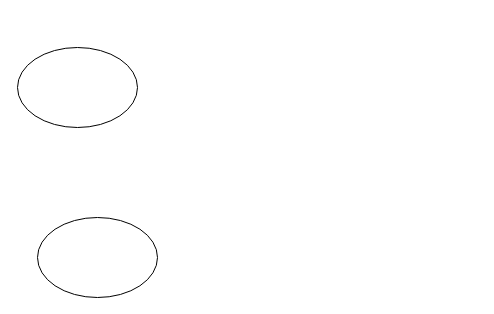
Above: CalPostion.drawio in JokerYangJunjie/Hello-World (draw.io), before the change. Source tidied: cells renumbered, new cells numbered last; positions are measured from the earlier drawing's top-left corner, leaving out a move shared by most shapes. Both pictures are drawn from the tidied source at 100%, with x=0, y=0 at pixel (17, 47).
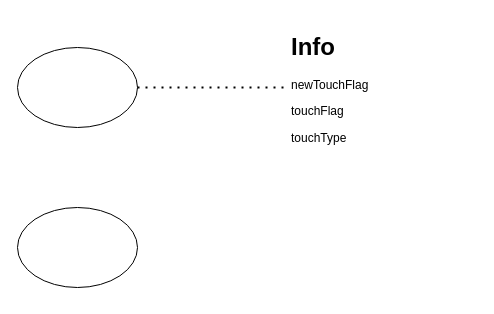
The same diagram, later.

What changed in the source:
```diff
@@
 <mxGraphModel>
   <root>
     <mxCell id="0" />
     <mxCell id="1" parent="0" />
     <mxCell id="2" style="ellipse;whiteSpace=wrap;html=1;" parent="1" vertex="1">
       <mxGeometry width="120" height="80" as="geometry" />
     </mxCell>
     <mxCell id="3" style="ellipse;whiteSpace=wrap;html=1;" parent="1" vertex="1">
-      <mxGeometry x="20" y="170" width="120" height="80" as="geometry" />
+      <mxGeometry y="160" width="120" height="80" as="geometry" />
     </mxCell>
+    <mxCell id="4" value="&lt;h1&gt;Info&lt;/h1&gt;&lt;p&gt;newTouchFlag&lt;/p&gt;&lt;p&gt;touchFlag&lt;/p&gt;&lt;p&gt;touchType&lt;/p&gt;" style="text;html=1;strokeColor=none;fillColor=none;spacing=5;spacingTop=-20;whiteSpace=wrap;overflow=hidden;rounded=0;" parent="1" vertex="1">
+      <mxGeometry x="269" y="-20" width="190" height="120" as="geometry" />
+    </mxCell>
+    <mxCell id="5" style="endArrow=none;dashed=1;html=1;dashPattern=1 3;strokeWidth=2;rounded=0;exitX=1;exitY=0.5;exitDx=0;exitDy=0;entryX=0;entryY=0.5;entryDx=0;entryDy=0;" parent="1" edge="1" source="2" target="4">
+      <mxGeometry relative="1" as="geometry" />
+    </mxCell>
   </root>
 </mxGraphModel>
```
